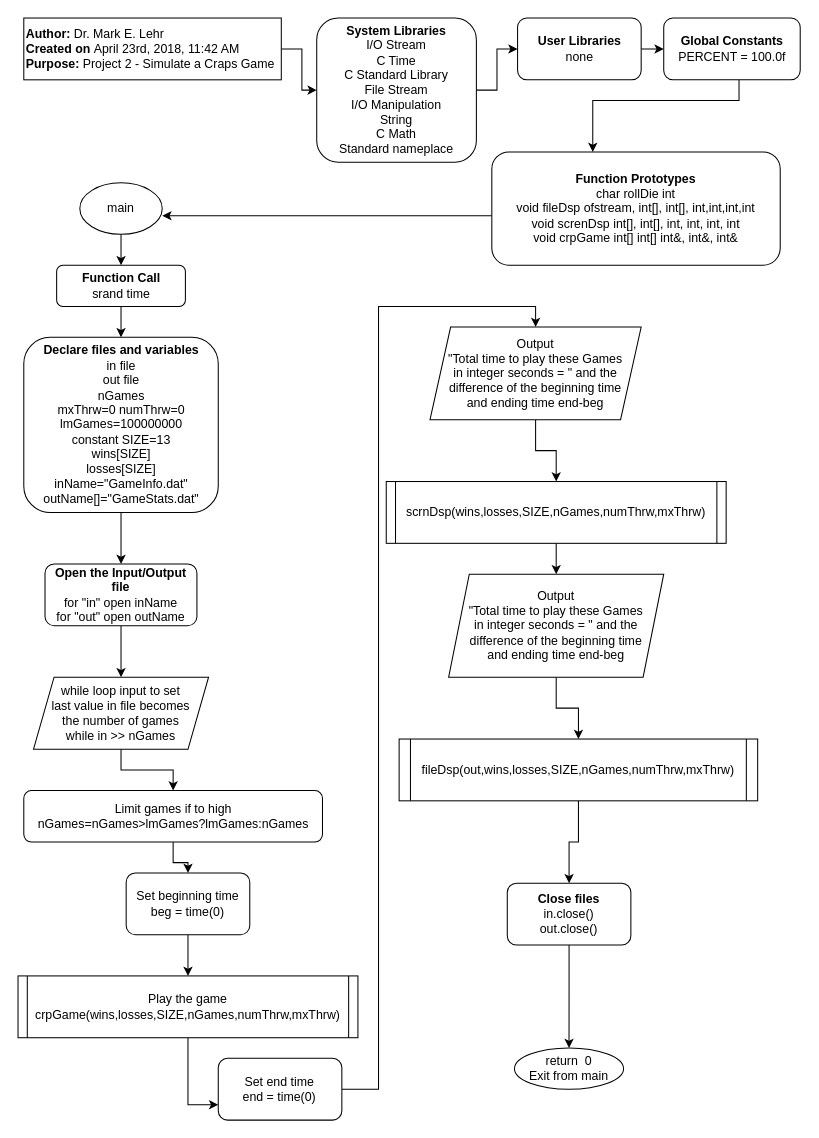
The draw.io diagram page "Page-1" (1 of 3) of Lab/FlowchartLab.drawio in MC2310300/CalvertMelissa_CIS17A_49287, before the edit. Source tidied: cells renumbered, new cells numbered last; positions are measured from the earlier drawing's top-left corner, leaving out a move shared by most shapes. Both pictures are drawn from the tidied source at 103%, with x=0, y=0 at pixel (18, 18).
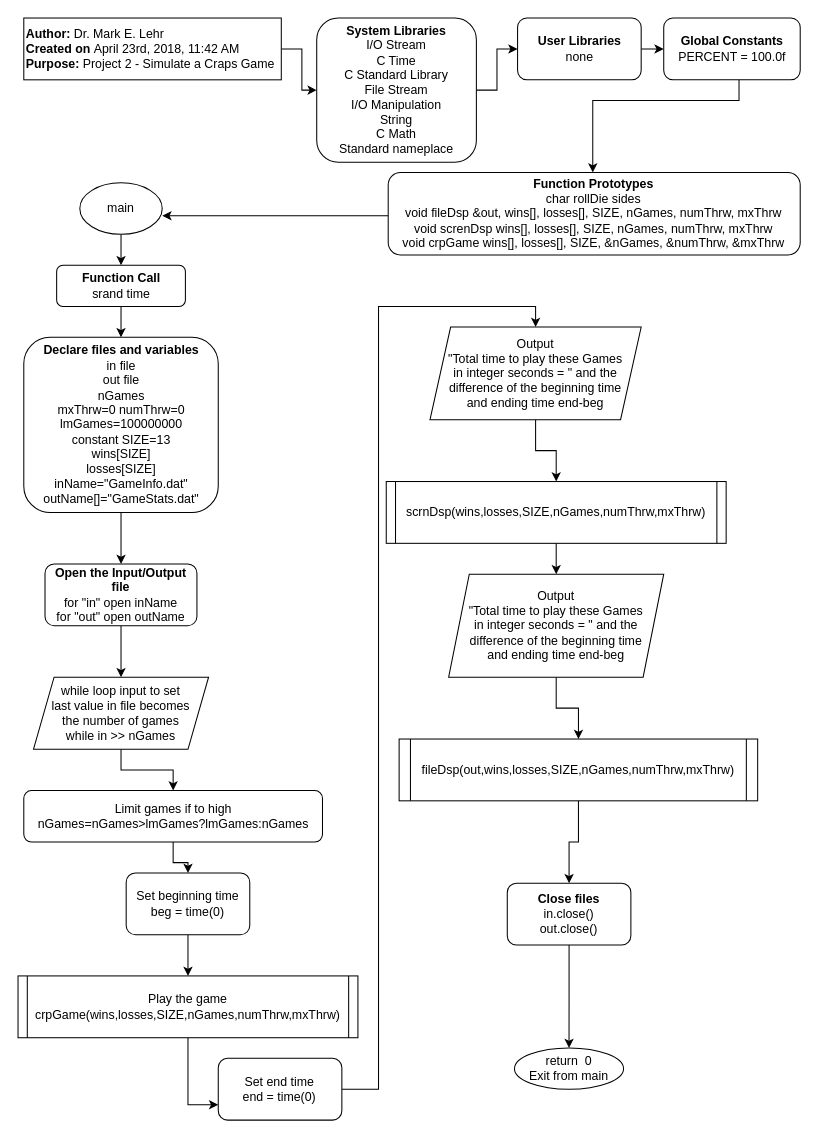
The same diagram, later.

Change to the diagram source:
```diff
@@
-    <mxCell id="11" value="&lt;div&gt;&lt;b&gt;Function Prototypes&lt;/b&gt; &lt;br&gt;&lt;/div&gt;&lt;div&gt;char rollDie int&lt;/div&gt;&lt;div&gt;void fileDsp ofstream, int[], int[], int,int,int,int&lt;br&gt;&lt;/div&gt;&lt;div&gt;void screnDsp int[], int[], int, int, int, int&lt;/div&gt;&lt;div&gt;void crpGame int[] int[] int&amp;amp;, int&amp;amp;, int&amp;amp;&lt;br&gt;&lt;/div&gt;" style="rounded=1;whiteSpace=wrap;html=1;" parent="1" vertex="1">
-      <mxGeometry x="460" y="130" width="280" height="110" as="geometry" />
+    <mxCell id="11" value="&lt;div&gt;&lt;b&gt;Function Prototypes&lt;/b&gt; &lt;br&gt;&lt;/div&gt;&lt;div&gt;char rollDie sides&lt;/div&gt;&lt;div&gt;void fileDsp &amp;amp;out, wins[], losses[], SIZE, nGames, numThrw, mxThrw&lt;br&gt;&lt;/div&gt;&lt;div&gt;void screnDsp wins[], losses[], SIZE, nGames, numThrw, mxThrw&lt;/div&gt;&lt;div&gt;void crpGame wins[], losses[], SIZE, &amp;amp;nGames, &amp;amp;numThrw, &amp;amp;mxThrw&lt;br&gt;&lt;/div&gt;" style="rounded=1;whiteSpace=wrap;html=1;" parent="1" vertex="1">
+      <mxGeometry x="359.4" y="150" width="400" height="80" as="geometry" />
     </mxCell>
```
